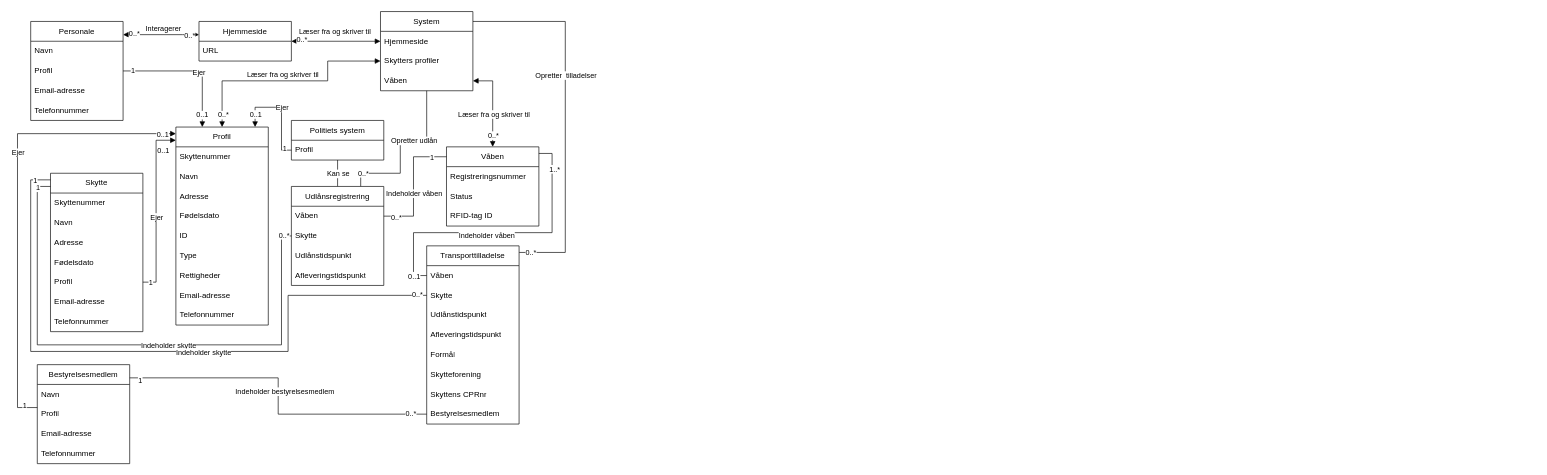
Above: Class Model.drawio in BjornGrylls/Svendeprove-OOAD (draw.io), before the change. Source tidied: cells renumbered, new cells numbered last; positions are measured from the earlier drawing's top-left corner, leaving out a move shared by most shapes. Both pictures are drawn from the tidied source at 66%, with x=0, y=0 at pixel (17, 11).
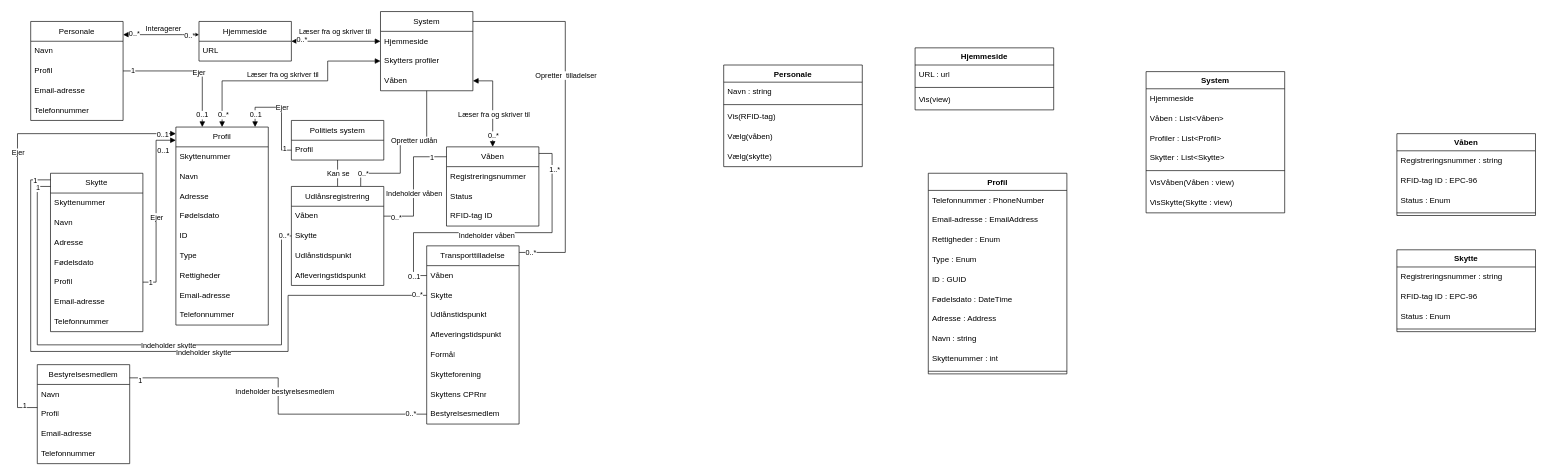
The same diagram, later.

The edit, as a diff of the source:
```diff
@@
+    <mxCell id="113" value="Profil" style="swimlane;fontStyle=1;align=center;verticalAlign=top;horizontal=1;startSize=26;whiteSpace=wrap;html=1;" parent="1" vertex="1">
+      <mxGeometry x="1380" y="245" width="210" height="304" as="geometry" />
+    </mxCell>
+    <mxCell id="114" value="Telefonnummer : PhoneNumber" style="text;strokeColor=none;fillColor=none;align=left;verticalAlign=middle;spacingLeft=4;spacingRight=4;overflow=hidden;whiteSpace=wrap;html=1;" parent="113" vertex="1">
+      <mxGeometry y="26" width="210" height="30" as="geometry" />
+    </mxCell>
+    <mxCell id="115" value="Email-adresse : EmailAddress" style="text;strokeColor=none;fillColor=none;align=left;verticalAlign=middle;spacingLeft=4;spacingRight=4;overflow=hidden;whiteSpace=wrap;html=1;" parent="113" vertex="1">
+      <mxGeometry y="56" width="210" height="30" as="geometry" />
+    </mxCell>
+    <mxCell id="116" value="Rettigheder : Enum" style="text;strokeColor=none;fillColor=none;align=left;verticalAlign=middle;spacingLeft=4;spacingRight=4;overflow=hidden;whiteSpace=wrap;html=1;" parent="113" vertex="1">
+      <mxGeometry y="86" width="210" height="30" as="geometry" />
+    </mxCell>
+    <mxCell id="117" value="Type : Enum" style="text;strokeColor=none;fillColor=none;align=left;verticalAlign=middle;spacingLeft=4;spacingRight=4;overflow=hidden;whiteSpace=wrap;html=1;" parent="113" vertex="1">
+      <mxGeometry y="116" width="210" height="30" as="geometry" />
+    </mxCell>
+    <mxCell id="118" value="ID : GUID" style="text;strokeColor=none;fillColor=none;align=left;verticalAlign=middle;spacingLeft=4;spacingRight=4;overflow=hidden;whiteSpace=wrap;html=1;" parent="113" vertex="1">
+      <mxGeometry y="146" width="210" height="30" as="geometry" />
+    </mxCell>
+    <mxCell id="119" value="Fødelsdato : DateTime" style="text;strokeColor=none;fillColor=none;align=left;verticalAlign=middle;spacingLeft=4;spacingRight=4;overflow=hidden;whiteSpace=wrap;html=1;" parent="113" vertex="1">
+      <mxGeometry y="176" width="210" height="30" as="geometry" />
+    </mxCell>
+    <mxCell id="120" value="Adresse : Address" style="text;strokeColor=none;fillColor=none;align=left;verticalAlign=middle;spacingLeft=4;spacingRight=4;overflow=hidden;whiteSpace=wrap;html=1;" parent="113" vertex="1">
+      <mxGeometry y="206" width="210" height="30" as="geometry" />
+    </mxCell>
+    <mxCell id="121" value="Navn : string" style="text;strokeColor=none;fillColor=none;align=left;verticalAlign=middle;spacingLeft=4;spacingRight=4;overflow=hidden;whiteSpace=wrap;html=1;" parent="113" vertex="1">
+      <mxGeometry y="236" width="210" height="30" as="geometry" />
+    </mxCell>
+    <mxCell id="122" value="Skyttenummer : int" style="text;strokeColor=none;fillColor=none;align=left;verticalAlign=middle;spacingLeft=4;spacingRight=4;overflow=hidden;whiteSpace=wrap;html=1;" parent="113" vertex="1">
+      <mxGeometry y="266" width="210" height="30" as="geometry" />
+    </mxCell>
+    <mxCell id="123" style="line;strokeWidth=1;fillColor=none;align=left;verticalAlign=middle;spacingTop=-1;spacingLeft=3;spacingRight=3;labelPosition=right;strokeColor=inherit;" parent="113" vertex="1">
+      <mxGeometry y="296" width="210" height="8" as="geometry" />
+    </mxCell>
+    <mxCell id="124" value="Hjemmeside" style="swimlane;fontStyle=1;align=center;verticalAlign=top;horizontal=1;startSize=26;whiteSpace=wrap;html=1;" parent="1" vertex="1">
+      <mxGeometry x="1360" y="55" width="210" height="94" as="geometry" />
+    </mxCell>
+    <mxCell id="125" value="URL : url" style="text;strokeColor=none;fillColor=none;align=left;verticalAlign=middle;spacingLeft=4;spacingRight=4;overflow=hidden;whiteSpace=wrap;html=1;" parent="124" vertex="1">
+      <mxGeometry y="26" width="210" height="30" as="geometry" />
+    </mxCell>
+    <mxCell id="126" style="line;strokeWidth=1;fillColor=none;align=left;verticalAlign=middle;spacingTop=-1;spacingLeft=3;spacingRight=3;labelPosition=right;strokeColor=inherit;" parent="124" vertex="1">
+      <mxGeometry y="56" width="210" height="8" as="geometry" />
+    </mxCell>
+    <mxCell id="127" value="Vis(view)" style="text;strokeColor=none;fillColor=none;align=left;verticalAlign=middle;spacingLeft=4;spacingRight=4;overflow=hidden;whiteSpace=wrap;html=1;" parent="124" vertex="1">
+      <mxGeometry y="64" width="210" height="30" as="geometry" />
+    </mxCell>
+    <mxCell id="128" value="Personale" style="swimlane;fontStyle=1;align=center;verticalAlign=top;horizontal=1;startSize=26;whiteSpace=wrap;html=1;" parent="1" vertex="1">
+      <mxGeometry x="1070" y="81" width="210" height="154" as="geometry" />
+    </mxCell>
+    <mxCell id="129" value="Navn : string" style="text;strokeColor=none;fillColor=none;align=left;verticalAlign=middle;spacingLeft=4;spacingRight=4;overflow=hidden;whiteSpace=wrap;html=1;" parent="128" vertex="1">
+      <mxGeometry y="26" width="210" height="30" as="geometry" />
+    </mxCell>
+    <mxCell id="130" style="line;strokeWidth=1;fillColor=none;align=left;verticalAlign=middle;spacingTop=-1;spacingLeft=3;spacingRight=3;labelPosition=right;strokeColor=inherit;" parent="128" vertex="1">
+      <mxGeometry y="56" width="210" height="8" as="geometry" />
+    </mxCell>
+    <mxCell id="131" value="Vis(RFID-tag)" style="text;strokeColor=none;fillColor=none;align=left;verticalAlign=middle;spacingLeft=4;spacingRight=4;overflow=hidden;whiteSpace=wrap;html=1;" parent="128" vertex="1">
+      <mxGeometry y="64" width="210" height="30" as="geometry" />
+    </mxCell>
+    <mxCell id="132" value="Vælg(våben)" style="text;strokeColor=none;fillColor=none;align=left;verticalAlign=middle;spacingLeft=4;spacingRight=4;overflow=hidden;whiteSpace=wrap;html=1;" parent="128" vertex="1">
+      <mxGeometry y="94" width="210" height="30" as="geometry" />
+    </mxCell>
+    <mxCell id="133" value="Vælg(skytte)" style="text;strokeColor=none;fillColor=none;align=left;verticalAlign=middle;spacingLeft=4;spacingRight=4;overflow=hidden;whiteSpace=wrap;html=1;" parent="128" vertex="1">
+      <mxGeometry y="124" width="210" height="30" as="geometry" />
+    </mxCell>
+    <mxCell id="134" value="System" style="swimlane;fontStyle=1;align=center;verticalAlign=top;horizontal=1;startSize=26;whiteSpace=wrap;html=1;" parent="1" vertex="1">
+      <mxGeometry x="1710" y="91" width="210" height="214" as="geometry" />
+    </mxCell>
+    <mxCell id="135" value="Hjemmeside" style="text;strokeColor=none;fillColor=none;align=left;verticalAlign=middle;spacingLeft=4;spacingRight=4;overflow=hidden;whiteSpace=wrap;html=1;" parent="134" vertex="1">
+      <mxGeometry y="26" width="210" height="30" as="geometry" />
+    </mxCell>
+    <mxCell id="136" value="Våben : List&amp;lt;Våben&amp;gt;" style="text;strokeColor=none;fillColor=none;align=left;verticalAlign=middle;spacingLeft=4;spacingRight=4;overflow=hidden;whiteSpace=wrap;html=1;" parent="134" vertex="1">
+      <mxGeometry y="56" width="210" height="30" as="geometry" />
+    </mxCell>
+    <mxCell id="137" value="Profiler : List&amp;lt;Profil&amp;gt;" style="text;strokeColor=none;fillColor=none;align=left;verticalAlign=middle;spacingLeft=4;spacingRight=4;overflow=hidden;whiteSpace=wrap;html=1;" parent="134" vertex="1">
+      <mxGeometry y="86" width="210" height="30" as="geometry" />
+    </mxCell>
+    <mxCell id="138" value="Skytter : List&amp;lt;Skytte&amp;gt;" style="text;strokeColor=none;fillColor=none;align=left;verticalAlign=middle;spacingLeft=4;spacingRight=4;overflow=hidden;whiteSpace=wrap;html=1;" parent="134" vertex="1">
+      <mxGeometry y="116" width="210" height="30" as="geometry" />
+    </mxCell>
+    <mxCell id="139" style="line;strokeWidth=1;fillColor=none;align=left;verticalAlign=middle;spacingTop=-1;spacingLeft=3;spacingRight=3;labelPosition=right;strokeColor=inherit;" parent="134" vertex="1">
+      <mxGeometry y="146" width="210" height="8" as="geometry" />
+    </mxCell>
+    <mxCell id="140" value="VisVåben(Våben : view)" style="text;strokeColor=none;fillColor=none;align=left;verticalAlign=middle;spacingLeft=4;spacingRight=4;overflow=hidden;whiteSpace=wrap;html=1;" parent="134" vertex="1">
+      <mxGeometry y="154" width="210" height="30" as="geometry" />
+    </mxCell>
+    <mxCell id="141" value="VisSkytte(Skytte : view)" style="text;strokeColor=none;fillColor=none;align=left;verticalAlign=middle;spacingLeft=4;spacingRight=4;overflow=hidden;whiteSpace=wrap;html=1;" parent="134" vertex="1">
+      <mxGeometry y="184" width="210" height="30" as="geometry" />
+    </mxCell>
+    <mxCell id="142" value="Våben" style="swimlane;fontStyle=1;align=center;verticalAlign=top;horizontal=1;startSize=26;whiteSpace=wrap;html=1;" parent="1" vertex="1">
+      <mxGeometry x="2090" y="185" width="210" height="124" as="geometry" />
+    </mxCell>
+    <mxCell id="143" value="Registreringsnummer : string" style="text;strokeColor=none;fillColor=none;align=left;verticalAlign=middle;spacingLeft=4;spacingRight=4;overflow=hidden;whiteSpace=wrap;html=1;" parent="142" vertex="1">
+      <mxGeometry y="26" width="210" height="30" as="geometry" />
+    </mxCell>
+    <mxCell id="144" value="RFID-tag ID : EPC-96" style="text;strokeColor=none;fillColor=none;align=left;verticalAlign=middle;spacingLeft=4;spacingRight=4;overflow=hidden;whiteSpace=wrap;html=1;" parent="142" vertex="1">
+      <mxGeometry y="56" width="210" height="30" as="geometry" />
+    </mxCell>
+    <mxCell id="145" value="Status : Enum" style="text;strokeColor=none;fillColor=none;align=left;verticalAlign=middle;spacingLeft=4;spacingRight=4;overflow=hidden;whiteSpace=wrap;html=1;" parent="142" vertex="1">
+      <mxGeometry y="86" width="210" height="30" as="geometry" />
+    </mxCell>
+    <mxCell id="146" style="line;strokeWidth=1;fillColor=none;align=left;verticalAlign=middle;spacingTop=-1;spacingLeft=3;spacingRight=3;labelPosition=right;strokeColor=inherit;" parent="142" vertex="1">
+      <mxGeometry y="116" width="210" height="8" as="geometry" />
+    </mxCell>
+    <mxCell id="147" value="Skytte" style="swimlane;fontStyle=1;align=center;verticalAlign=top;horizontal=1;startSize=26;whiteSpace=wrap;html=1;" parent="1" vertex="1">
+      <mxGeometry x="2090" y="361" width="210" height="124" as="geometry" />
+    </mxCell>
+    <mxCell id="148" value="Registreringsnummer : string" style="text;strokeColor=none;fillColor=none;align=left;verticalAlign=middle;spacingLeft=4;spacingRight=4;overflow=hidden;whiteSpace=wrap;html=1;" parent="147" vertex="1">
+      <mxGeometry y="26" width="210" height="30" as="geometry" />
+    </mxCell>
+    <mxCell id="149" value="RFID-tag ID : EPC-96" style="text;strokeColor=none;fillColor=none;align=left;verticalAlign=middle;spacingLeft=4;spacingRight=4;overflow=hidden;whiteSpace=wrap;html=1;" parent="147" vertex="1">
+      <mxGeometry y="56" width="210" height="30" as="geometry" />
+    </mxCell>
+    <mxCell id="150" value="Status : Enum" style="text;strokeColor=none;fillColor=none;align=left;verticalAlign=middle;spacingLeft=4;spacingRight=4;overflow=hidden;whiteSpace=wrap;html=1;" parent="147" vertex="1">
+      <mxGeometry y="86" width="210" height="30" as="geometry" />
+    </mxCell>
+    <mxCell id="151" style="line;strokeWidth=1;fillColor=none;align=left;verticalAlign=middle;spacingTop=-1;spacingLeft=3;spacingRight=3;labelPosition=right;strokeColor=inherit;" parent="147" vertex="1">
+      <mxGeometry y="116" width="210" height="8" as="geometry" />
+    </mxCell>
```
